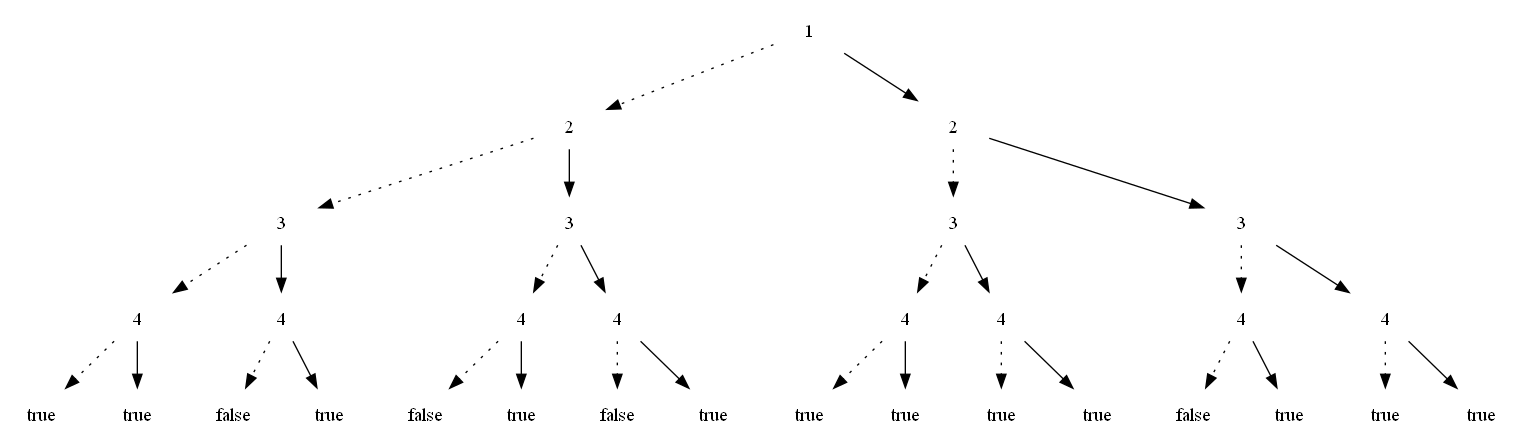
The Graphviz diagram zdd.png in ZhangAriane/projet_ouv, before a commit. Its source is kept beside it as zdd.dot.
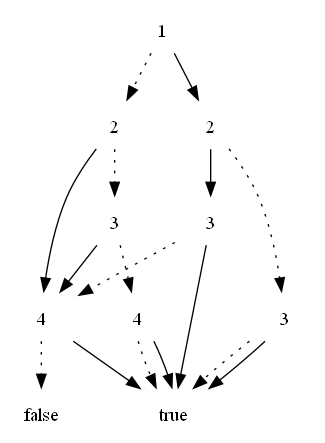
After the change.

The edit, as a diff of the source:
```diff
@@ -1,63 +1,28 @@
 digraph ArbreDecision {
-  Noeud0 [label="1", shape="none"];
+  Noeud1 [label="1", shape="none"];
   Noeud2 [label="2", shape="none"];
   Noeud4 [label="3", shape="none"];
   Noeud8 [label="4", shape="none"];
   Noeud16 [label="true", shape="none"];
-  Noeud17 [label="true", shape="none"];
   Noeud8 -> Noeud16 [style=dotted, shape="none"];
-  Noeud8 -> Noeud17 [style=solid, shape="none"];
-  Noeud9 [label="4", shape="none"];
+  Noeud8 -> Noeud16 [style=solid, shape="none"];
+  Noeud5 [label="4", shape="none"];
   Noeud18 [label="false", shape="none"];
-  Noeud19 [label="true", shape="none"];
-  Noeud9 -> Noeud18 [style=dotted, shape="none"];
-  Noeud9 -> Noeud19 [style=solid, shape="none"];
+  Noeud5 -> Noeud18 [style=dotted, shape="none"];
+  Noeud5 -> Noeud16 [style=solid, shape="none"];
   Noeud4 -> Noeud8 [style=dotted, shape="none"];
-  Noeud4 -> Noeud9 [style=solid, shape="none"];
-  Noeud5 [label="3", shape="none"];
-  Noeud10 [label="4", shape="none"];
-  Noeud20 [label="false", shape="none"];
-  Noeud21 [label="true", shape="none"];
-  Noeud10 -> Noeud20 [style=dotted, shape="none"];
-  Noeud10 -> Noeud21 [style=solid, shape="none"];
-  Noeud11 [label="4", shape="none"];
-  Noeud22 [label="false", shape="none"];
-  Noeud23 [label="true", shape="none"];
-  Noeud11 -> Noeud22 [style=dotted, shape="none"];
-  Noeud11 -> Noeud23 [style=solid, shape="none"];
-  Noeud5 -> Noeud10 [style=dotted, shape="none"];
-  Noeud5 -> Noeud11 [style=solid, shape="none"];
+  Noeud4 -> Noeud5 [style=solid, shape="none"];
   Noeud2 -> Noeud4 [style=dotted, shape="none"];
   Noeud2 -> Noeud5 [style=solid, shape="none"];
   Noeud3 [label="2", shape="none"];
   Noeud6 [label="3", shape="none"];
-  Noeud12 [label="4", shape="none"];
-  Noeud24 [label="true", shape="none"];
-  Noeud25 [label="true", shape="none"];
-  Noeud12 -> Noeud24 [style=dotted, shape="none"];
-  Noeud12 -> Noeud25 [style=solid, shape="none"];
-  Noeud13 [label="4", shape="none"];
-  Noeud26 [label="true", shape="none"];
-  Noeud27 [label="true", shape="none"];
-  Noeud13 -> Noeud26 [style=dotted, shape="none"];
-  Noeud13 -> Noeud27 [style=solid, shape="none"];
-  Noeud6 -> Noeud12 [style=dotted, shape="none"];
-  Noeud6 -> Noeud13 [style=solid, shape="none"];
+  Noeud6 -> Noeud16 [style=dotted, shape="none"];
+  Noeud6 -> Noeud16 [style=solid, shape="none"];
   Noeud7 [label="3", shape="none"];
-  Noeud14 [label="4", shape="none"];
-  Noeud28 [label="false", shape="none"];
-  Noeud29 [label="true", shape="none"];
-  Noeud14 -> Noeud28 [style=dotted, shape="none"];
-  Noeud14 -> Noeud29 [style=solid, shape="none"];
-  Noeud15 [label="4", shape="none"];
-  Noeud30 [label="true", shape="none"];
-  Noeud31 [label="true", shape="none"];
-  Noeud15 -> Noeud30 [style=dotted, shape="none"];
-  Noeud15 -> Noeud31 [style=solid, shape="none"];
-  Noeud7 -> Noeud14 [style=dotted, shape="none"];
-  Noeud7 -> Noeud15 [style=solid, shape="none"];
+  Noeud7 -> Noeud5 [style=dotted, shape="none"];
+  Noeud7 -> Noeud16 [style=solid, shape="none"];
   Noeud3 -> Noeud6 [style=dotted, shape="none"];
   Noeud3 -> Noeud7 [style=solid, shape="none"];
-  Noeud0 -> Noeud2 [style=dotted, shape="none"];
-  Noeud0 -> Noeud3 [style=solid, shape="none"];
+  Noeud1 -> Noeud2 [style=dotted, shape="none"];
+  Noeud1 -> Noeud3 [style=solid, shape="none"];
 }
```
